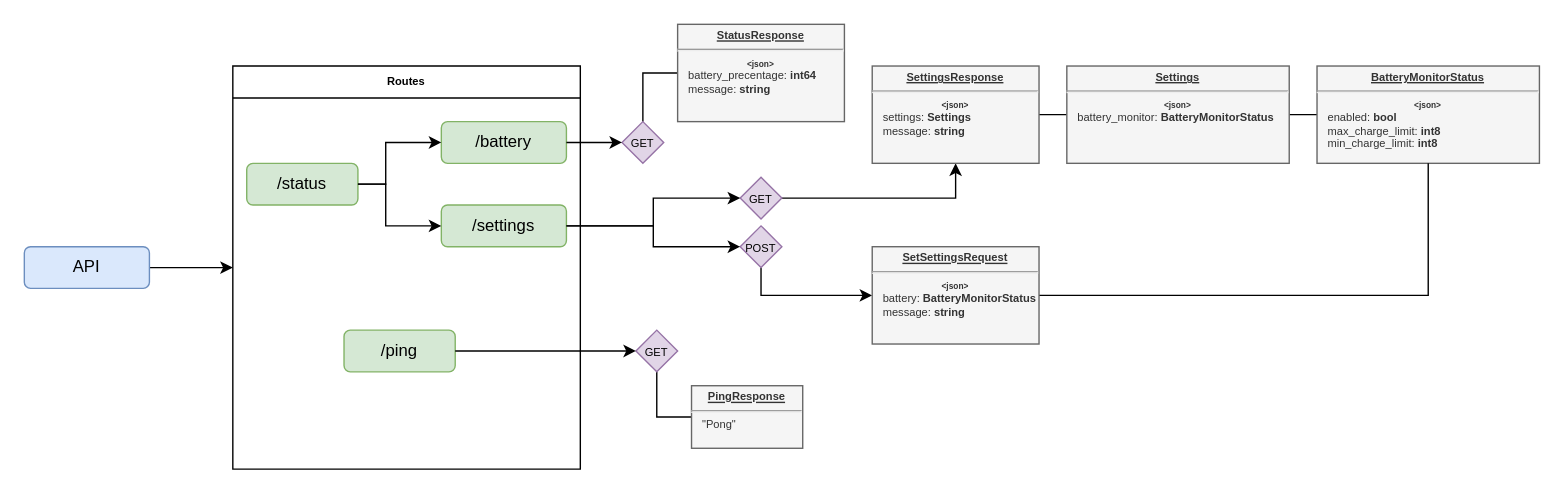
This is docs/decktweaks_backend.drawio from Ciaxur/DeckTweaks, a draw.io file, before an edit. Source tidied: cells renumbered, new cells numbered last; positions are measured from the earlier drawing's top-left corner, leaving out a move shared by most shapes. Both pictures are drawn from the tidied source at 139%, with x=0, y=0 at pixel (24, 24).
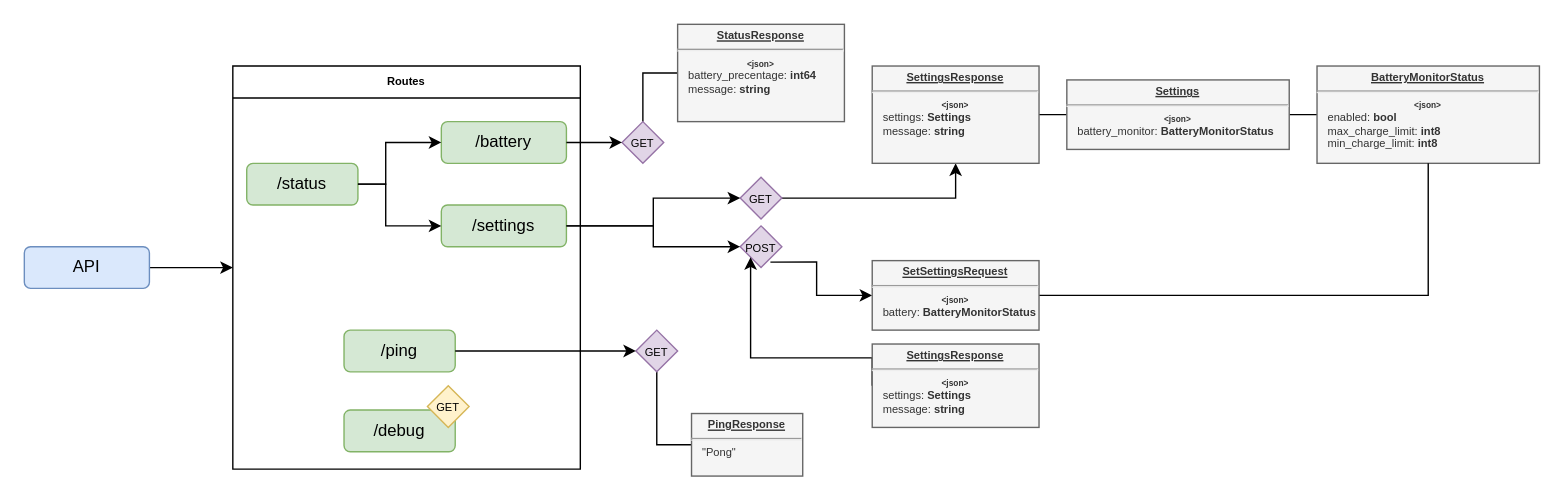
Above is the later version.

The change refers to these unchanged cells:
```xml
<mxCell id="10" value="Routes" style="swimlane;fontSize=8;" parent="4" vertex="1">
  <mxGeometry width="250" height="290" as="geometry" />
</mxCell>
<mxCell id="23" value="&lt;font style=&quot;font-size: 8px;&quot;&gt;POST&lt;/font&gt;" style="rhombus;whiteSpace=wrap;html=1;fillColor=#e1d5e7;strokeColor=#9673a6;" parent="1" vertex="1">
  <mxGeometry x="515" y="145" width="30" height="30" as="geometry" />
</mxCell>
```

The edit, as a diff of the source:
```diff
@@
+    <mxCell id="33" value="/debug" style="rounded=1;whiteSpace=wrap;html=1;fillColor=#d5e8d4;strokeColor=#82b366;" parent="10" vertex="1">
+      <mxGeometry x="80" y="247.5" width="80" height="30" as="geometry" />
+    </mxCell>
+    <mxCell id="34" value="&lt;font style=&quot;font-size: 8px;&quot;&gt;GET&lt;/font&gt;" style="rhombus;whiteSpace=wrap;html=1;fillColor=#fff2cc;strokeColor=#d6b656;" parent="10" vertex="1">
+      <mxGeometry x="140" y="230" width="30" height="30" as="geometry" />
+    </mxCell>
@@
     <mxCell id="15" value="&lt;p style=&quot;margin: 4px 0px 0px; text-decoration: underline; font-size: 8px;&quot;&gt;&lt;b&gt;PingResponse&lt;/b&gt;&lt;/p&gt;&lt;hr style=&quot;font-size: 8px;&quot;&gt;&lt;p style=&quot;text-align: left; margin: 0px 0px 0px 8px; font-size: 8px;&quot;&gt;&quot;Pong&quot;&lt;/p&gt;" style="verticalAlign=top;align=center;overflow=fill;fontSize=8;fontFamily=Helvetica;html=1;fillColor=#f5f5f5;fontColor=#333333;strokeColor=#666666;" parent="1" vertex="1">
-      <mxGeometry x="480" y="260" width="80" height="45" as="geometry" />
+      <mxGeometry x="480" y="280" width="80" height="45" as="geometry" />
     </mxCell>
@@
-    <mxCell id="22" style="edgeStyle=orthogonalEdgeStyle;rounded=0;jettySize=auto;html=1;fontSize=6;endArrow=classic;endFill=1;exitX=0.5;exitY=1;exitDx=0;exitDy=0;" parent="1" edge="1" source="23" target="32">
-      <mxGeometry relative="1" as="geometry" />
+    <mxCell id="22" style="edgeStyle=orthogonalEdgeStyle;rounded=0;jettySize=auto;html=1;fontSize=6;endArrow=classic;endFill=1;exitX=0.725;exitY=0.868;exitDx=0;exitDy=0;exitPerimeter=0;" parent="1" edge="1" source="23" target="32">
+      <mxGeometry relative="1" as="geometry">
+        <Array as="points">
+          <mxPoint x="570" y="171" />
+          <mxPoint x="570" y="195" />
+        </Array>
+      </mxGeometry>
     </mxCell>
@@
     <mxCell id="29" value="&lt;p style=&quot;margin: 4px 0px 0px; text-decoration: underline; font-size: 8px;&quot;&gt;&lt;b&gt;Settings&lt;/b&gt;&lt;/p&gt;&lt;hr style=&quot;font-size: 8px;&quot;&gt;&lt;font style=&quot;font-size: 6px;&quot;&gt;&lt;b&gt;&amp;lt;json&amp;gt;&lt;/b&gt;&lt;/font&gt;&lt;p style=&quot;text-align: left; margin: 0px 0px 0px 8px;&quot;&gt;battery_monitor:&amp;nbsp;&lt;b&gt;BatteryMonitorStatus&lt;/b&gt;&lt;br&gt;&lt;/p&gt;&lt;p style=&quot;text-align: left; margin: 0px 0px 0px 8px;&quot;&gt;&lt;br&gt;&lt;/p&gt;" style="verticalAlign=top;align=center;overflow=fill;fontSize=8;fontFamily=Helvetica;html=1;fillColor=#f5f5f5;fontColor=#333333;strokeColor=#666666;" parent="1" vertex="1">
-      <mxGeometry x="750" y="30" width="160" height="70" as="geometry" />
+      <mxGeometry x="750" y="40" width="160" height="50" as="geometry" />
     </mxCell>
@@
-    <mxCell id="32" value="&lt;p style=&quot;margin: 4px 0px 0px;&quot;&gt;&lt;b&gt;&lt;u&gt;SetSettingsRequest&lt;/u&gt;&lt;/b&gt;&lt;br&gt;&lt;/p&gt;&lt;hr style=&quot;font-size: 8px;&quot;&gt;&lt;font style=&quot;font-size: 6px;&quot;&gt;&lt;b&gt;&amp;lt;json&amp;gt;&lt;/b&gt;&lt;/font&gt;&lt;p style=&quot;text-align: left; margin: 0px 0px 0px 8px;&quot;&gt;battery:&amp;nbsp;&lt;b&gt;BatteryMonitorStatus&lt;/b&gt;&lt;br&gt;&lt;/p&gt;&lt;p style=&quot;text-align: left; margin: 0px 0px 0px 8px;&quot;&gt;message: &lt;b&gt;string&lt;/b&gt;&lt;/p&gt;" style="verticalAlign=top;align=center;overflow=fill;fontSize=8;fontFamily=Helvetica;html=1;fillColor=#f5f5f5;fontColor=#333333;strokeColor=#666666;" parent="1" vertex="1">
-      <mxGeometry x="610" y="160" width="120" height="70" as="geometry" />
+    <mxCell id="32" value="&lt;p style=&quot;margin: 4px 0px 0px;&quot;&gt;&lt;b&gt;&lt;u&gt;SetSettingsRequest&lt;/u&gt;&lt;/b&gt;&lt;br&gt;&lt;/p&gt;&lt;hr style=&quot;font-size: 8px;&quot;&gt;&lt;font style=&quot;font-size: 6px;&quot;&gt;&lt;b&gt;&amp;lt;json&amp;gt;&lt;/b&gt;&lt;/font&gt;&lt;p style=&quot;text-align: left; margin: 0px 0px 0px 8px;&quot;&gt;battery:&amp;nbsp;&lt;b&gt;BatteryMonitorStatus&lt;/b&gt;&lt;/p&gt;" style="verticalAlign=top;align=center;overflow=fill;fontSize=8;fontFamily=Helvetica;html=1;fillColor=#f5f5f5;fontColor=#333333;strokeColor=#666666;" parent="1" vertex="1">
+      <mxGeometry x="610" y="170" width="120" height="50" as="geometry" />
     </mxCell>
+    <mxCell id="35" style="edgeStyle=orthogonalEdgeStyle;rounded=0;jettySize=auto;html=1;entryX=0;entryY=1;entryDx=0;entryDy=0;exitX=0;exitY=0.5;exitDx=0;exitDy=0;" parent="1" edge="1" source="36" target="23">
+      <mxGeometry relative="1" as="geometry">
+        <Array as="points">
+          <mxPoint x="610" y="240" />
+          <mxPoint x="523" y="240" />
+        </Array>
+      </mxGeometry>
+    </mxCell>
+    <mxCell id="36" value="&lt;p style=&quot;margin: 4px 0px 0px; text-decoration: underline; font-size: 8px;&quot;&gt;&lt;b&gt;SettingsResponse&lt;/b&gt;&lt;/p&gt;&lt;hr style=&quot;font-size: 8px;&quot;&gt;&lt;font style=&quot;font-size: 6px;&quot;&gt;&lt;b&gt;&amp;lt;json&amp;gt;&lt;/b&gt;&lt;/font&gt;&lt;p style=&quot;text-align: left; margin: 0px 0px 0px 8px;&quot;&gt;settings:&amp;nbsp;&lt;b&gt;Settings&lt;/b&gt;&lt;br&gt;&lt;/p&gt;&lt;p style=&quot;text-align: left; margin: 0px 0px 0px 8px;&quot;&gt;message: &lt;b&gt;string&lt;/b&gt;&lt;/p&gt;" style="verticalAlign=top;align=center;overflow=fill;fontSize=8;fontFamily=Helvetica;html=1;fillColor=#f5f5f5;fontColor=#333333;strokeColor=#666666;" parent="1" vertex="1">
+      <mxGeometry x="610" y="230" width="120" height="60" as="geometry" />
+    </mxCell>
```
